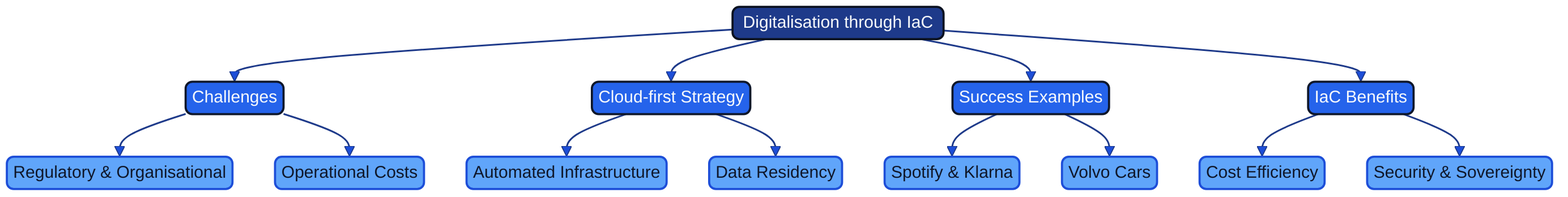
The Mermaid diagram docs/images/mindmap_19_digitalization.png in Geonitab/architecture_as_code, before a commit. Its source is kept beside it as docs/images/mindmap_19_digitalization.mmd.
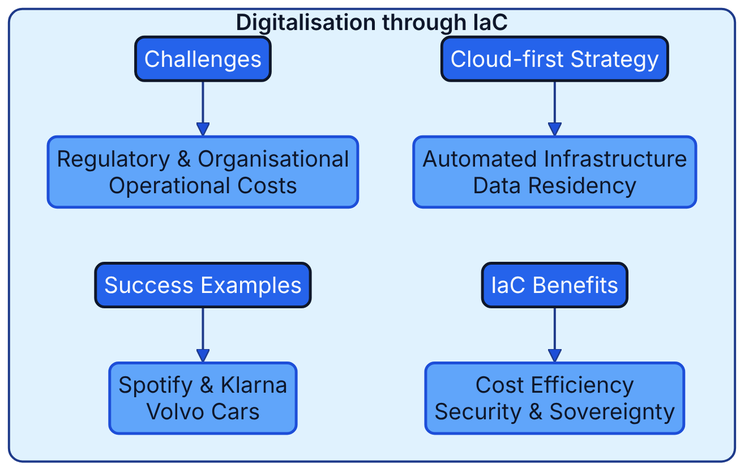
The same file after the commit.

What changed in the source:
```diff
@@ -1,14 +1,18 @@
-graph TD
-    ROOT(["Digitalisation through IaC"]):::geon-primary
-    ROOT --> CH["Challenges"]:::geon-accent
-    ROOT --> CF["Cloud-first Strategy"]:::geon-accent
-    ROOT --> SE["Success Examples"]:::geon-accent
-    ROOT --> IB["IaC Benefits"]:::geon-accent
-    CH --> CH1["Regulatory & Organisational"]:::geon-highlight
-    CH --> CH2["Operational Costs"]:::geon-highlight
-    CF --> CF1["Automated Infrastructure"]:::geon-highlight
-    CF --> CF2["Data Residency"]:::geon-highlight
-    SE --> SE1["Spotify & Klarna"]:::geon-highlight
-    SE --> SE2["Volvo Cars"]:::geon-highlight
-    IB --> IB1["Cost Efficiency"]:::geon-highlight
-    IB --> IB2["Security & Sovereignty"]:::geon-highlight
+flowchart TB
+    subgraph ROOT["Digitalisation through IaC"]
+        direction TB
+        B0["Challenges"]:::geon-accent
+        L0_0["Regulatory & Organisational<br/>Operational Costs"]:::geon-highlight
+        B0 --> L0_0
+        B1["Cloud-first Strategy"]:::geon-accent
+        L1_0["Automated Infrastructure<br/>Data Residency"]:::geon-highlight
+        B1 --> L1_0
+        B2["Success Examples"]:::geon-accent
+        L2_0["Spotify & Klarna<br/>Volvo Cars"]:::geon-highlight
+        B2 --> L2_0
+        B3["IaC Benefits"]:::geon-accent
+        L3_0["Cost Efficiency<br/>Security & Sovereignty"]:::geon-highlight
+        B3 --> L3_0
+        L0_0 ~~~ B2
+        L1_0 ~~~ B3
+    end
```
